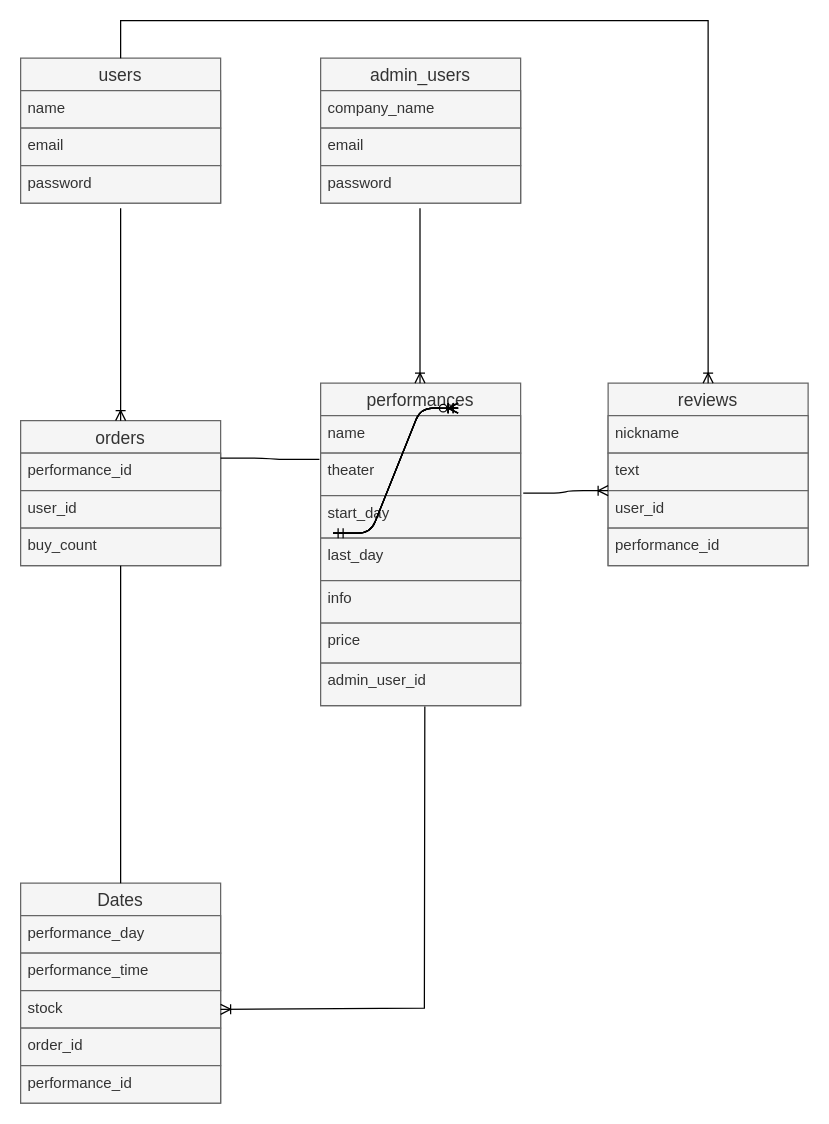
Above: ER図.dio in TakuKunimatsu/tickets (draw.io), before the change. Source tidied: cells renumbered, new cells numbered last; positions are measured from the earlier drawing's top-left corner, leaving out a move shared by most shapes. Both pictures are drawn from the tidied source at 125%, with x=0, y=0 at pixel (20, 20).
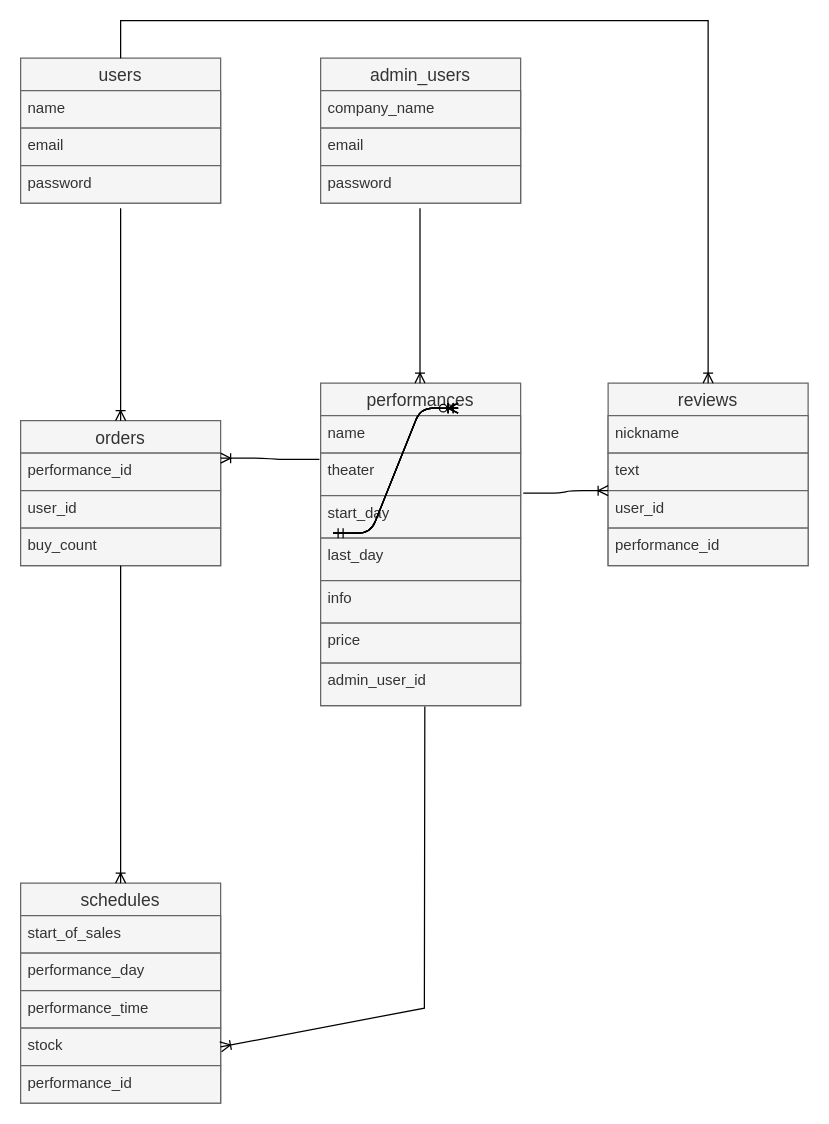
Above is the later version.

Commit message (it also covers changes not shown here):
REEDMEとER図の修正

Unchanged cells that the change refers to:
```xml
<mxCell id="12" value="theater" style="text;strokeColor=#666666;fillColor=#f5f5f5;spacingLeft=4;spacingRight=4;overflow=hidden;points=[[0,0.5],[1,0.5]];portConstraint=eastwest;fontSize=12;fontColor=#333333;" parent="10" vertex="1">
  <mxGeometry y="56" width="160" height="34" as="geometry" />
</mxCell>
<mxCell id="23" value="orders" style="swimlane;fontStyle=0;horizontal=1;startSize=26;align=center;fontSize=14;fillColor=#f5f5f5;fontColor=#333333;strokeColor=#666666;" parent="1" vertex="1">
  <mxGeometry y="320" width="160" height="116" as="geometry" />
</mxCell>
```

Diff of the diagram source:
```diff
@@
-    <mxCell id="35" style="edgeStyle=entityRelationEdgeStyle;fontSize=12;html=1;endArrow=none;startArrow=none;entryX=-0.006;entryY=0.147;entryDx=0;entryDy=0;entryPerimeter=0;startFill=0;endFill=0;" parent="1" edge="1" target="12">
+    <mxCell id="35" style="edgeStyle=entityRelationEdgeStyle;fontSize=12;html=1;endArrow=none;startArrow=ERoneToMany;entryX=-0.006;entryY=0.147;entryDx=0;entryDy=0;entryPerimeter=0;startFill=0;endFill=0;" parent="1" edge="1" target="12">
       <mxGeometry relative="1" as="geometry">
         <mxPoint x="160" y="350" as="sourcePoint" />
       </mxGeometry>
     </mxCell>
-    <mxCell id="36" value="Dates" style="swimlane;fontStyle=0;horizontal=1;startSize=26;align=center;fontSize=14;fillColor=#f5f5f5;fontColor=#333333;strokeColor=#666666;" parent="1" vertex="1">
+    <mxCell id="36" value="schedules" style="swimlane;fontStyle=0;horizontal=1;startSize=26;align=center;fontSize=14;fillColor=#f5f5f5;fontColor=#333333;strokeColor=#666666;" parent="1" vertex="1">
       <mxGeometry y="690" width="160" height="176" as="geometry" />
     </mxCell>
-    <mxCell id="37" value="performance_day" style="text;strokeColor=#666666;fillColor=#f5f5f5;spacingLeft=4;spacingRight=4;overflow=hidden;fontSize=12;fontColor=#333333;" parent="36" vertex="1">
+    <mxCell id="37" value="start_of_sales" style="text;strokeColor=#666666;fillColor=#f5f5f5;spacingLeft=4;spacingRight=4;overflow=hidden;fontSize=12;fontColor=#333333;" parent="36" vertex="1">
       <mxGeometry y="26" width="160" height="30" as="geometry" />
     </mxCell>
+    <mxCell id="45" value="performance_day" style="text;strokeColor=#666666;fillColor=#f5f5f5;spacingLeft=4;spacingRight=4;overflow=hidden;fontSize=12;fontColor=#333333;" parent="36" vertex="1">
+      <mxGeometry y="56" width="160" height="30" as="geometry" />
+    </mxCell>
     <mxCell id="38" value="performance_time" style="text;strokeColor=#666666;fillColor=#f5f5f5;spacingLeft=4;spacingRight=4;overflow=hidden;fontSize=12;fontColor=#333333;" parent="36" vertex="1">
-      <mxGeometry y="56" width="160" height="30" as="geometry" />
+      <mxGeometry y="86" width="160" height="30" as="geometry" />
     </mxCell>
     <mxCell id="39" value="stock" style="text;strokeColor=#666666;fillColor=#f5f5f5;spacingLeft=4;spacingRight=4;overflow=hidden;points=[[0,0.5],[1,0.5]];portConstraint=eastwest;fontSize=12;fontColor=#333333;" parent="36" vertex="1">
-      <mxGeometry y="86" width="160" height="30" as="geometry" />
+      <mxGeometry y="116" width="160" height="30" as="geometry" />
     </mxCell>
-    <mxCell id="40" value="order_id" style="text;strokeColor=#666666;fillColor=#f5f5f5;spacingLeft=4;spacingRight=4;overflow=hidden;fontSize=12;fontColor=#333333;" parent="36" vertex="1">
-      <mxGeometry y="116" width="160" height="30" as="geometry" />
-    </mxCell>
@@
-    <mxCell id="42" style="endArrow=none;html=1;rounded=0;exitX=0.5;exitY=1;exitDx=0;exitDy=0;endFill=0;" parent="1" edge="1" source="23" target="36">
+    <mxCell id="42" style="endArrow=ERoneToMany;html=1;rounded=0;exitX=0.5;exitY=1;exitDx=0;exitDy=0;endFill=0;startArrow=none;startFill=0;" parent="1" edge="1" source="23" target="36">
       <mxGeometry relative="1" as="geometry" />
     </mxCell>
```
